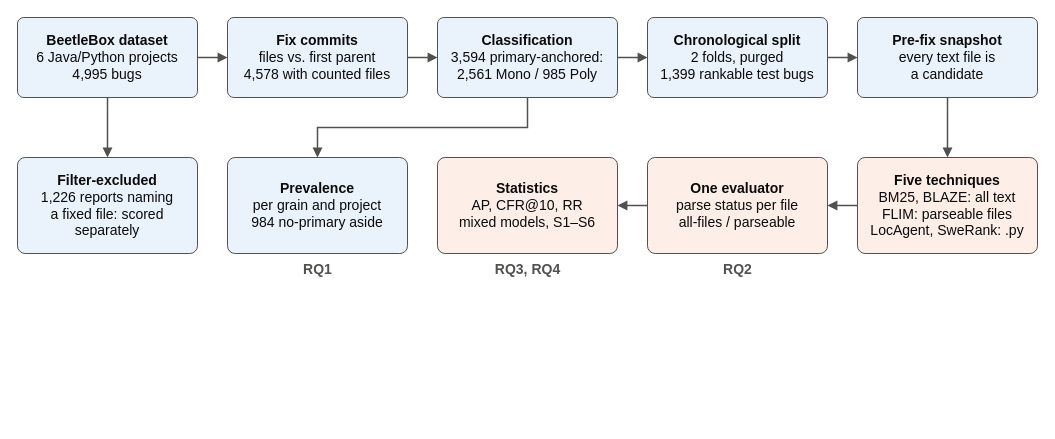
Above: paper/figures/study_design.drawio in eashaan-rao/polyglot-bug-localization (draw.io), before the change. Source tidied: cells renumbered, new cells numbered last; positions are measured from the earlier drawing's top-left corner, leaving out a move shared by most shapes. Both pictures are drawn from the tidied source at 100%, with x=0, y=0 at pixel (17, 17).
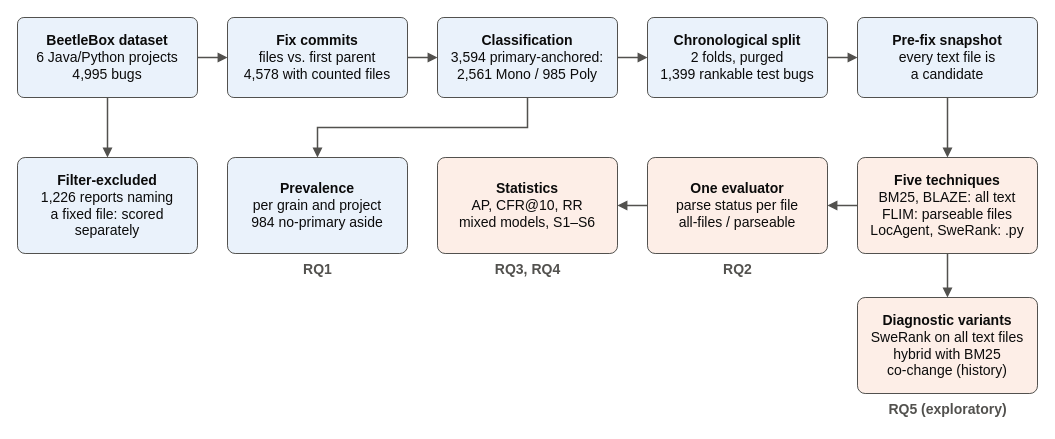
After the change.

The change refers to these unchanged cells:
```xml
<mxCell id="7" value="&lt;b&gt;Five techniques&lt;/b&gt;&lt;br&gt;BM25, BLAZE: all text&lt;br&gt;FLIM: parseable files&lt;br&gt;LocAgent, SweRank: .py" style="rounded=1;whiteSpace=wrap;html=1;arcSize=8;fillColor=#fdeee7;strokeColor=#52514e;fontColor=#0b0b0b;fontFamily=Helvetica;fontSize=14;" parent="1" vertex="1">
  <mxGeometry x="840" y="140" width="180" height="96" as="geometry" />
</mxCell>
```

Change to the diagram source:
```diff
@@
+    <mxCell id="24" value="&lt;b&gt;Diagnostic variants&lt;/b&gt;&lt;br&gt;SweRank on all text files&lt;br&gt;hybrid with BM25&lt;br&gt;co-change (history)" style="rounded=1;whiteSpace=wrap;html=1;arcSize=8;fillColor=#fdeee7;strokeColor=#52514e;fontColor=#0b0b0b;fontFamily=Helvetica;fontSize=14;" parent="1" vertex="1">
+      <mxGeometry x="840" y="280" width="180" height="96" as="geometry" />
+    </mxCell>
@@
+    <mxCell id="25" style="edgeStyle=orthogonalEdgeStyle;rounded=0;html=1;endArrow=block;endFill=1;endSize=6;strokeColor=#52514e;strokeWidth=1.5;" parent="1" edge="1" source="7" target="24">
+      <mxGeometry relative="1" as="geometry" />
+    </mxCell>
@@
+    <mxCell id="26" value="&lt;b&gt;RQ5 (exploratory)&lt;/b&gt;" style="text=1;html=1;align=center;verticalAlign=middle;strokeColor=none;fillColor=none;fontColor=#52514e;fontFamily=Helvetica;fontSize=14;" parent="1" vertex="1">
+      <mxGeometry x="840" y="380" width="180" height="24" as="geometry" />
+    </mxCell>
```
